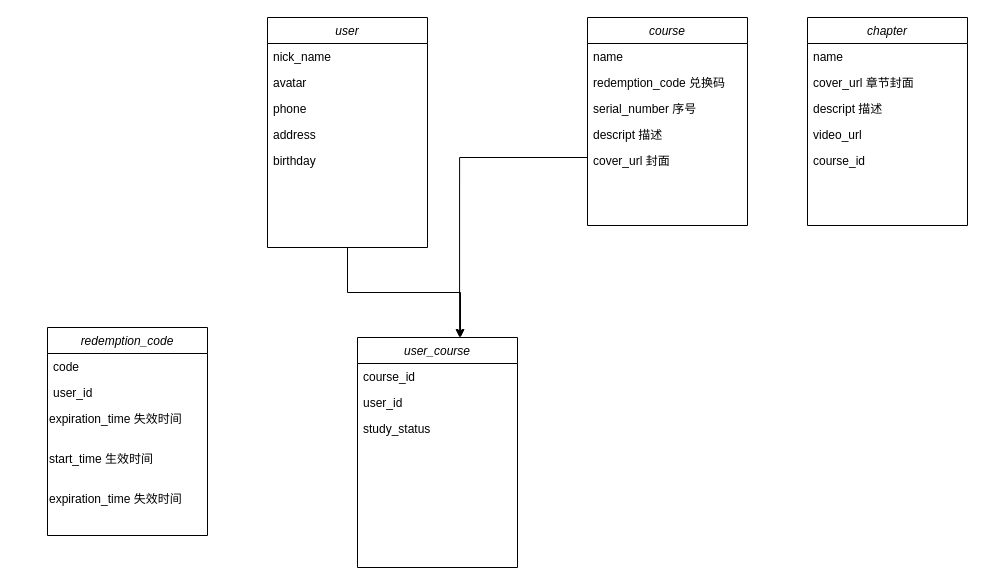
This is 未命名绘图.drawio from w990752800/document, a draw.io file, before an edit. Source tidied: cells renumbered, new cells numbered last; positions are measured from the earlier drawing's top-left corner, leaving out a move shared by most shapes. Both pictures are drawn from the tidied source at 100%, with x=0, y=0 at pixel (47, 17).
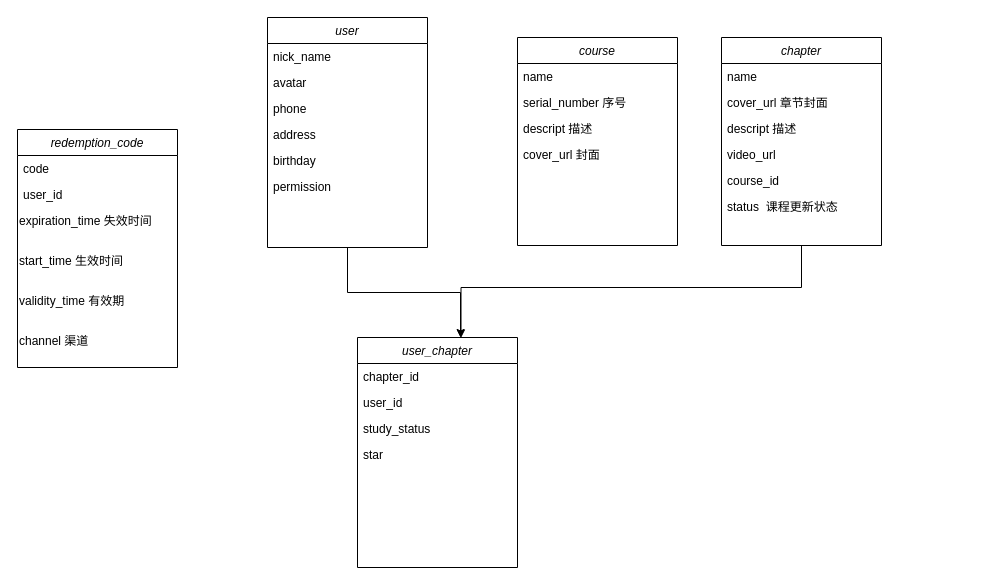
Above is the later version.

Unchanged cells that the change refers to:
```xml
<mxCell id="3" value="user" style="swimlane;fontStyle=2;align=center;verticalAlign=top;horizontal=1;startSize=26;rounded=0;shadow=0;strokeWidth=1;" parent="1" vertex="1">
  <mxGeometry x="220" width="160" height="230" as="geometry" />
</mxCell>
```

The edit, as a diff of the source:
```diff
@@
-    <mxCell id="9" style="edgeStyle=orthogonalEdgeStyle;rounded=0;jettySize=auto;html=1;entryX=0.638;entryY=0;entryDx=0;entryDy=0;entryPerimeter=0;" parent="1" edge="1" source="10" target="28">
-      <mxGeometry relative="1" as="geometry">
-        <Array as="points">
-          <mxPoint x="412" y="140" />
-        </Array>
-      </mxGeometry>
-    </mxCell>
+    <mxCell id="32" value="permission" style="text;align=left;verticalAlign=top;spacingLeft=4;spacingRight=4;overflow=hidden;rounded=0;shadow=0;html=0;" parent="3" vertex="1">
+      <mxGeometry y="156" width="160" height="26" as="geometry" />
+    </mxCell>
     <mxCell id="10" value="course" style="swimlane;fontStyle=2;align=center;verticalAlign=top;horizontal=1;startSize=26;rounded=0;shadow=0;strokeWidth=1;" parent="1" vertex="1">
-      <mxGeometry x="540" width="160" height="208" as="geometry" />
+      <mxGeometry x="470" y="20" width="160" height="208" as="geometry" />
     </mxCell>
@@
-    <mxCell id="12" value="redemption_code 兑换码" style="text;align=left;verticalAlign=top;spacingLeft=4;spacingRight=4;overflow=hidden;rounded=0;shadow=0;html=0;" parent="10" vertex="1">
-      <mxGeometry y="52" width="160" height="26" as="geometry" />
-    </mxCell>
     <mxCell id="13" value="serial_number 序号" style="text;align=left;verticalAlign=top;spacingLeft=4;spacingRight=4;overflow=hidden;rounded=0;shadow=0;html=0;" parent="10" vertex="1">
-      <mxGeometry y="78" width="160" height="26" as="geometry" />
+      <mxGeometry y="52" width="160" height="26" as="geometry" />
     </mxCell>
     <mxCell id="14" value="descript 描述" style="text;align=left;verticalAlign=top;spacingLeft=4;spacingRight=4;overflow=hidden;rounded=0;shadow=0;html=0;" parent="10" vertex="1">
-      <mxGeometry y="104" width="160" height="26" as="geometry" />
+      <mxGeometry y="78" width="160" height="26" as="geometry" />
     </mxCell>
     <mxCell id="15" value="cover_url 封面" style="text;align=left;verticalAlign=top;spacingLeft=4;spacingRight=4;overflow=hidden;rounded=0;shadow=0;html=0;" parent="10" vertex="1">
-      <mxGeometry y="130" width="160" height="26" as="geometry" />
+      <mxGeometry y="104" width="160" height="26" as="geometry" />
     </mxCell>
+    <mxCell id="33" style="edgeStyle=orthogonalEdgeStyle;rounded=0;jettySize=auto;html=1;entryX=0.647;entryY=0.002;entryDx=0;entryDy=0;entryPerimeter=0;" parent="1" edge="1" source="16" target="28">
+      <mxGeometry relative="1" as="geometry">
+        <Array as="points">
+          <mxPoint x="754" y="270" />
+          <mxPoint x="414" y="270" />
+        </Array>
+      </mxGeometry>
+    </mxCell>
     <mxCell id="16" value="chapter" style="swimlane;fontStyle=2;align=center;verticalAlign=top;horizontal=1;startSize=26;rounded=0;shadow=0;strokeWidth=1;" parent="1" vertex="1">
-      <mxGeometry x="760" width="160" height="208" as="geometry" />
+      <mxGeometry x="674" y="20" width="160" height="208" as="geometry" />
     </mxCell>
@@
+    <mxCell id="34" value="status  课程更新状态" style="text;align=left;verticalAlign=top;spacingLeft=4;spacingRight=4;overflow=hidden;rounded=0;shadow=0;html=0;" parent="16" vertex="1">
+      <mxGeometry y="156" width="160" height="26" as="geometry" />
+    </mxCell>
     <mxCell id="22" value="redemption_code" style="swimlane;fontStyle=2;align=center;verticalAlign=top;horizontal=1;startSize=26;rounded=0;shadow=0;strokeWidth=1;" parent="1" vertex="1">
-      <mxGeometry y="310" width="160" height="208" as="geometry" />
+      <mxGeometry x="-30" y="112" width="160" height="238" as="geometry" />
     </mxCell>
@@
-    <mxCell id="27" value="expiration_time 失效时间" style="text;whiteSpace=wrap;" parent="22" vertex="1">
-      <mxGeometry y="158" width="160" height="40" as="geometry" />
-    </mxCell>
+    <mxCell id="35" value="validity_time 有效期" style="text;whiteSpace=wrap;" parent="22" vertex="1">
+      <mxGeometry y="158" width="160" height="40" as="geometry" />
+    </mxCell>
+    <mxCell id="36" value="channel 渠道" style="text;whiteSpace=wrap;" parent="22" vertex="1">
+      <mxGeometry y="198" width="160" height="40" as="geometry" />
+    </mxCell>
-    <mxCell id="28" value="user_course" style="swimlane;fontStyle=2;align=center;verticalAlign=top;horizontal=1;startSize=26;rounded=0;shadow=0;strokeWidth=1;" parent="1" vertex="1">
+    <mxCell id="28" value="user_chapter" style="swimlane;fontStyle=2;align=center;verticalAlign=top;horizontal=1;startSize=26;rounded=0;shadow=0;strokeWidth=1;" parent="1" vertex="1">
       <mxGeometry x="310" y="320" width="160" height="230" as="geometry" />
     </mxCell>
-    <mxCell id="29" value="course_id" style="text;align=left;verticalAlign=top;spacingLeft=4;spacingRight=4;overflow=hidden;" parent="28" vertex="1">
+    <mxCell id="29" value="chapter_id" style="text;align=left;verticalAlign=top;spacingLeft=4;spacingRight=4;overflow=hidden;" parent="28" vertex="1">
       <mxGeometry y="26" width="160" height="26" as="geometry" />
     </mxCell>
@@
+    <mxCell id="37" value="star" style="text;align=left;verticalAlign=top;spacingLeft=4;spacingRight=4;overflow=hidden;rounded=0;shadow=0;html=0;" parent="28" vertex="1">
+      <mxGeometry y="104" width="160" height="26" as="geometry" />
+    </mxCell>
```
